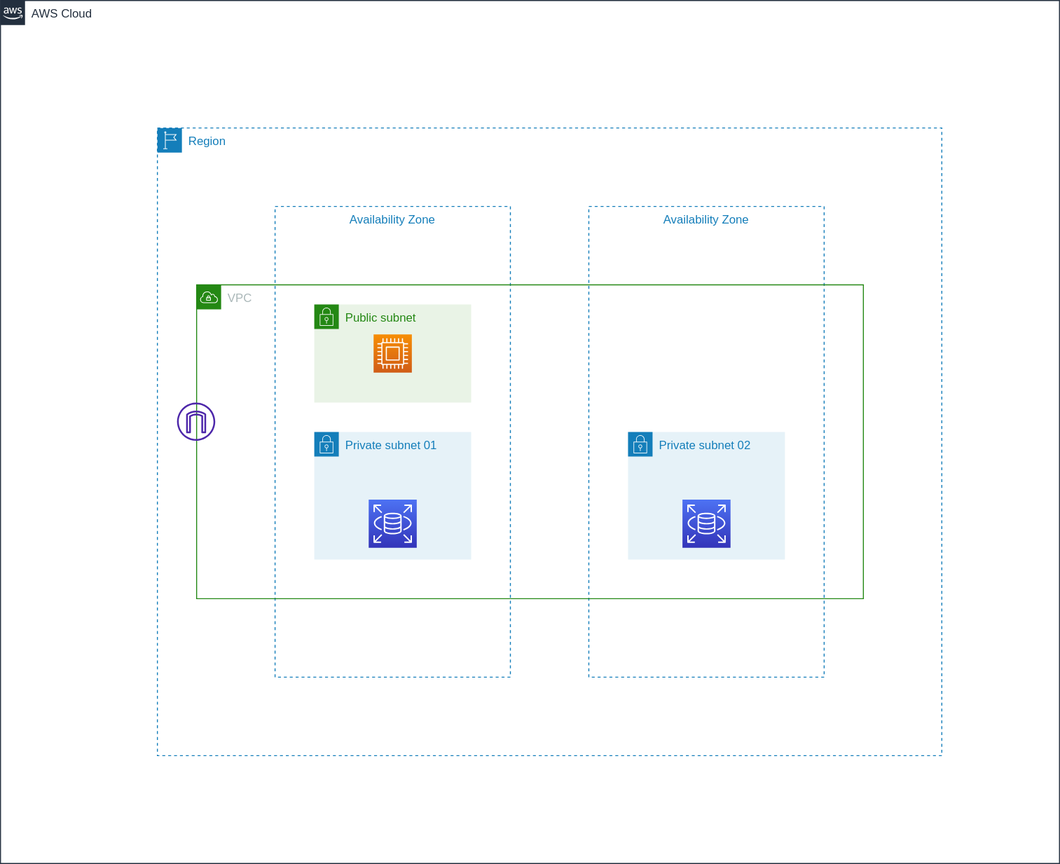
Above: aws-vpc-101.drawio.svg in duksh/cloudz (draw.io), before the change. Source tidied: cells renumbered, new cells last; positions are measured from the earlier drawing's top-left corner, leaving out a move shared by most shapes.
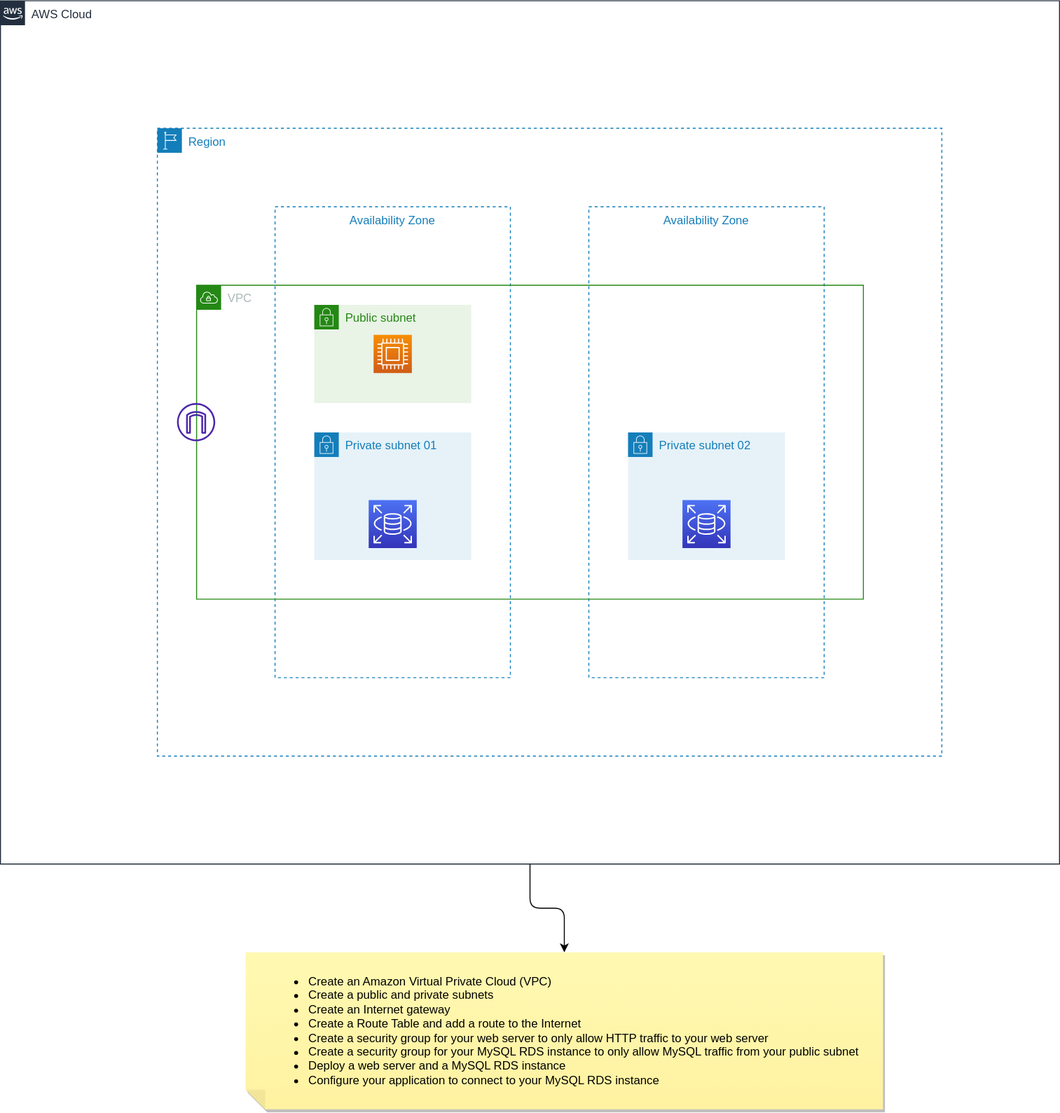
The same file after the commit.

The edit, as a diff of the source:
```diff
@@ -2,6 +2,9 @@
   <root>
     <mxCell id="0" />
     <mxCell id="1" parent="0" />
+    <mxCell id="14" style="edgeStyle=orthogonalEdgeStyle;rounded=1;jettySize=auto;html=1;entryX=0.5;entryY=1;entryDx=0;entryDy=0;entryPerimeter=0;" parent="1" edge="1" source="2" target="15">
+      <mxGeometry relative="1" as="geometry" />
+    </mxCell>
     <mxCell id="2" value="AWS Cloud" style="points=[[0,0],[0.25,0],[0.5,0],[0.75,0],[1,0],[1,0.25],[1,0.5],[1,0.75],[1,1],[0.75,1],[0.5,1],[0.25,1],[0,1],[0,0.75],[0,0.5],[0,0.25]];outlineConnect=0;gradientColor=none;html=1;whiteSpace=wrap;fontSize=12;fontStyle=0;shape=mxgraph.aws4.group;grIcon=mxgraph.aws4.group_aws_cloud_alt;strokeColor=#232F3E;fillColor=none;verticalAlign=top;align=left;spacingLeft=30;fontColor=#232F3E;dashed=0;" parent="1" vertex="1">
       <mxGeometry width="1080" height="880" as="geometry" />
     </mxCell>
@@ -38,5 +41,8 @@
     <mxCell id="13" style="sketch=0;fontColor=#232F3E;gradientColor=#4D72F3;gradientDirection=north;fillColor=#3334B9;strokeColor=#ffffff;dashed=0;verticalLabelPosition=bottom;verticalAlign=top;align=center;html=1;fontSize=12;fontStyle=0;shape=mxgraph.aws4.resourceIcon;resIcon=mxgraph.aws4.rds;" parent="3" vertex="1">
       <mxGeometry x="215.5" y="379" width="49" height="49" as="geometry" />
     </mxCell>
+    <mxCell id="15" value="&lt;p style=&quot;text-align: start;&quot;&gt;&lt;/p&gt;&lt;ul style=&quot;text-align: start;&quot;&gt;&lt;li&gt;Create an Amazon Virtual Private Cloud (VPC)&lt;/li&gt;&lt;li&gt;Create a public and private subnets&lt;/li&gt;&lt;li&gt;Create an Internet gateway&lt;/li&gt;&lt;li&gt;Create a Route Table and add a route to the Internet&lt;/li&gt;&lt;li&gt;Create a security group for your web server to only allow HTTP traffic to your web server&lt;/li&gt;&lt;li&gt;Create a security group for your MySQL RDS instance to only allow MySQL traffic from your public subnet&lt;/li&gt;&lt;li&gt;Deploy a web server and a MySQL RDS instance&lt;/li&gt;&lt;li&gt;Configure your application to connect to your MySQL RDS instance&lt;/li&gt;&lt;/ul&gt;" style="shape=note;whiteSpace=wrap;html=1;backgroundOutline=1;fontColor=#000000;darkOpacity=0.05;fillColor=#FFF9B2;strokeColor=none;fillStyle=solid;direction=west;gradientDirection=north;gradientColor=#FFF2A1;shadow=1;size=20;" parent="1" vertex="1">
+      <mxGeometry x="250" y="970" width="650" height="160" as="geometry" />
+    </mxCell>
   </root>
 </mxGraphModel>
```
